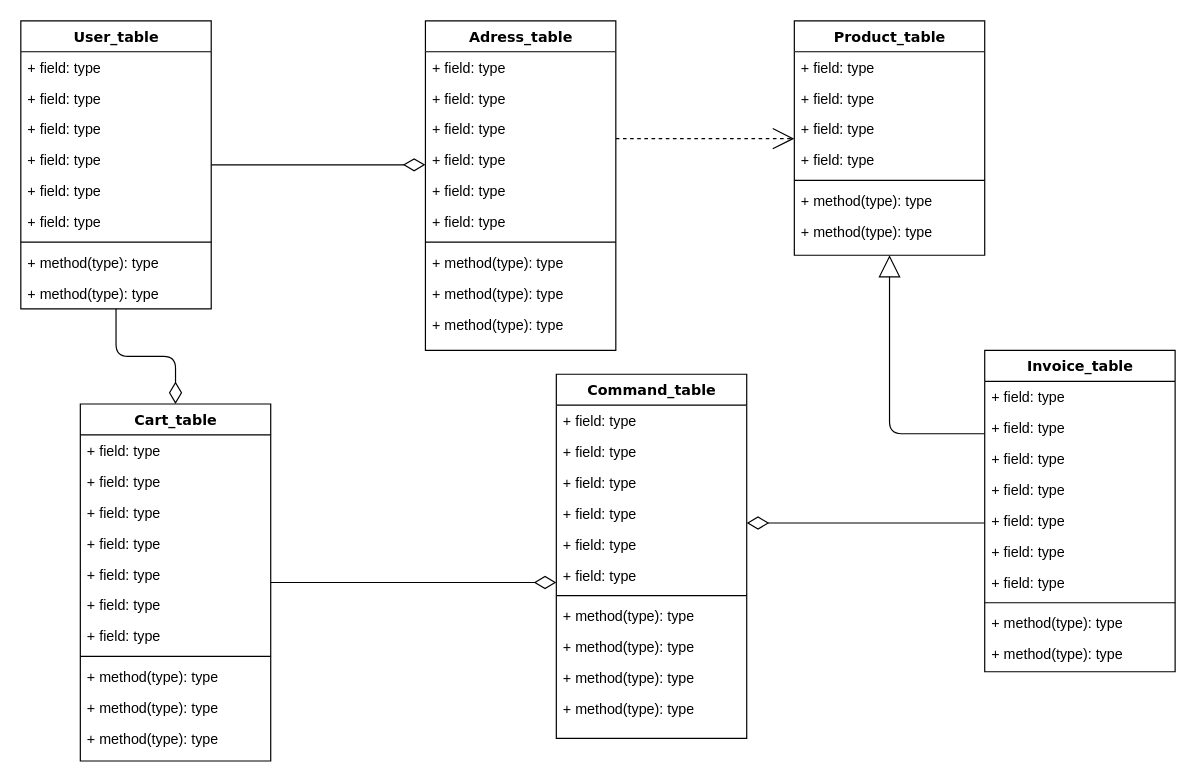
The draw.io diagram E-commerce.drawio in net2315/e-commerce-SQL, before the edit. Source tidied: cells renumbered, new cells numbered last; positions are measured from the earlier drawing's top-left corner, leaving out a move shared by most shapes. Both pictures are drawn from the tidied source at 119%, with x=0, y=0 at pixel (20, 20).
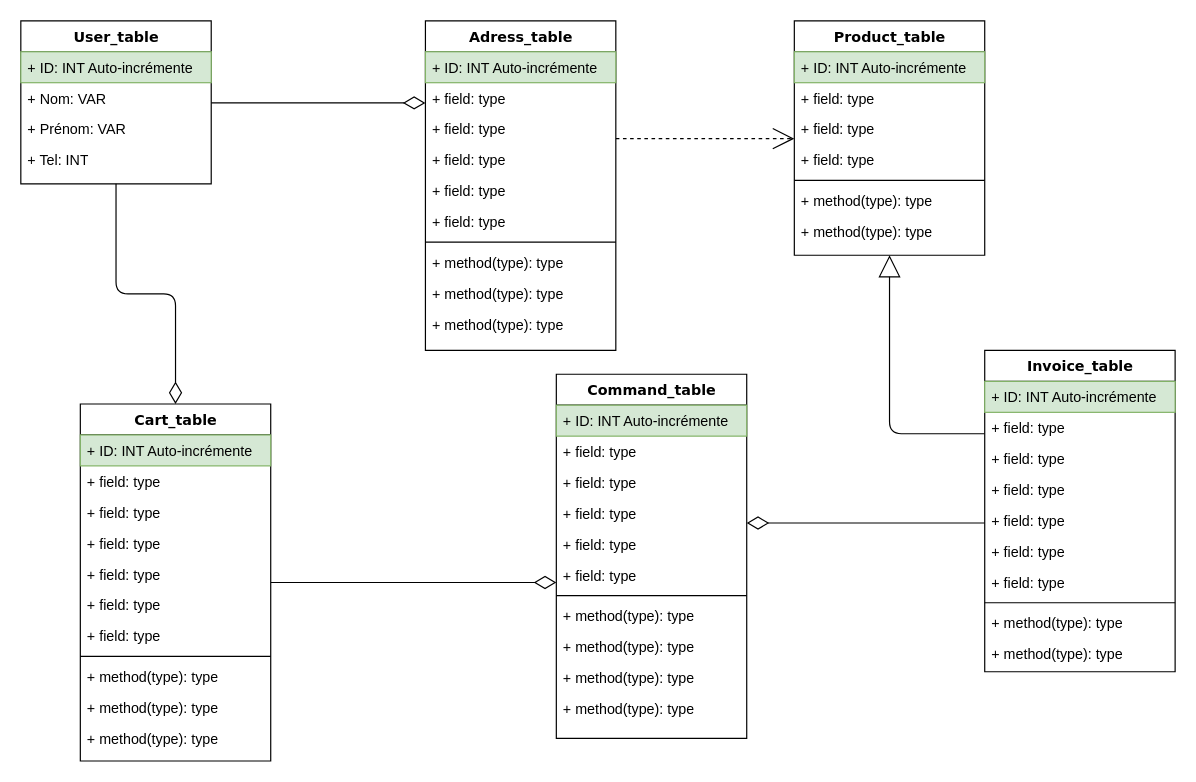
Above is the later version.

Commit message:
Mettre à jour USER

Unchanged cells that the change refers to:
```xml
<mxCell id="14" value="Adress_table" style="swimlane;html=1;fontStyle=1;align=center;verticalAlign=top;horizontal=1;startSize=26;swimlaneFillColor=#ffffff;rounded=0;shadow=0;comic=0;labelBackgroundColor=none;strokeWidth=1;fillColor=none;fontFamily=Verdana;fontSize=12;" parent="1" vertex="1">
  <mxGeometry x="340" width="160" height="277" as="geometry" />
</mxCell>
<mxCell id="25" value="Product_table" style="swimlane;html=1;fontStyle=1;align=center;verticalAlign=top;horizontal=1;startSize=26;swimlaneFillColor=#ffffff;rounded=0;shadow=0;comic=0;labelBackgroundColor=none;strokeWidth=1;fillColor=none;fontFamily=Verdana;fontSize=12;" parent="1" vertex="1">
  <mxGeometry x="650" width="160" height="197" as="geometry" />
</mxCell>
<mxCell id="34" value="Command_table" style="swimlane;html=1;fontStyle=1;align=center;verticalAlign=top;horizontal=1;startSize=26;swimlaneFillColor=#ffffff;rounded=0;shadow=0;comic=0;labelBackgroundColor=none;strokeWidth=1;fillColor=none;fontFamily=Verdana;fontSize=12;" parent="1" vertex="1">
  <mxGeometry x="450" y="297" width="160" height="306" as="geometry" />
</mxCell>
<mxCell id="47" value="Invoice_table" style="swimlane;html=1;fontStyle=1;align=center;verticalAlign=top;horizontal=1;startSize=26;swimlaneFillColor=#ffffff;rounded=0;shadow=0;comic=0;labelBackgroundColor=none;strokeWidth=1;fillColor=none;fontFamily=Verdana;fontSize=12;" parent="1" vertex="1">
  <mxGeometry x="810" y="277" width="160" height="270" as="geometry" />
</mxCell>
<mxCell id="60" value="Cart_table" style="swimlane;html=1;fontStyle=1;align=center;verticalAlign=top;horizontal=1;startSize=26;swimlaneFillColor=#ffffff;rounded=0;shadow=0;comic=0;labelBackgroundColor=none;strokeWidth=1;fillColor=none;fontFamily=Verdana;fontSize=12;" parent="1" vertex="1">
  <mxGeometry x="50" y="322" width="160" height="300" as="geometry" />
</mxCell>
```

The edit, as a diff of the source:
```diff
@@
     <mxCell id="3" value="User_table" style="swimlane;html=1;fontStyle=1;align=center;verticalAlign=top;horizontal=1;startSize=26;swimlaneFillColor=#ffffff;rounded=0;shadow=0;comic=0;labelBackgroundColor=none;strokeWidth=1;fillColor=none;fontFamily=Verdana;fontSize=12;" parent="1" vertex="1">
-      <mxGeometry width="160" height="242" as="geometry" />
+      <mxGeometry width="160" height="137" as="geometry" />
     </mxCell>
-    <mxCell id="4" value="+ field: type" style="text;html=1;strokeColor=none;fillColor=none;align=left;verticalAlign=top;spacingLeft=4;spacingRight=4;whiteSpace=wrap;overflow=hidden;" parent="3" vertex="1">
+    <mxCell id="4" value="+ ID: INT Auto-incrémente&amp;nbsp;" style="text;html=1;strokeColor=#82b366;fillColor=#d5e8d4;align=left;verticalAlign=top;spacingLeft=4;spacingRight=4;whiteSpace=wrap;overflow=hidden;" parent="3" vertex="1">
       <mxGeometry y="26" width="160" height="26" as="geometry" />
     </mxCell>
-    <mxCell id="5" value="+ field: type" style="text;html=1;strokeColor=none;fillColor=none;align=left;verticalAlign=top;spacingLeft=4;spacingRight=4;whiteSpace=wrap;overflow=hidden;" parent="3" vertex="1">
+    <mxCell id="5" value="+ Nom:&amp;nbsp;&lt;span style=&quot;background-color: initial;&quot;&gt;VAR&lt;/span&gt;" style="text;html=1;strokeColor=none;fillColor=none;align=left;verticalAlign=top;spacingLeft=4;spacingRight=4;whiteSpace=wrap;overflow=hidden;" parent="3" vertex="1">
       <mxGeometry y="52" width="160" height="26" as="geometry" />
     </mxCell>
-    <mxCell id="6" value="+ field: type" style="text;html=1;strokeColor=none;fillColor=none;align=left;verticalAlign=top;spacingLeft=4;spacingRight=4;whiteSpace=wrap;overflow=hidden;" parent="3" vertex="1">
+    <mxCell id="6" value="+ Prénom: VAR" style="text;html=1;strokeColor=none;fillColor=none;align=left;verticalAlign=top;spacingLeft=4;spacingRight=4;whiteSpace=wrap;overflow=hidden;" parent="3" vertex="1">
       <mxGeometry y="78" width="160" height="26" as="geometry" />
     </mxCell>
-    <mxCell id="7" value="+ field: type" style="text;html=1;strokeColor=none;fillColor=none;align=left;verticalAlign=top;spacingLeft=4;spacingRight=4;whiteSpace=wrap;overflow=hidden;" parent="3" vertex="1">
+    <mxCell id="7" value="+ Tel: INT" style="text;html=1;strokeColor=none;fillColor=none;align=left;verticalAlign=top;spacingLeft=4;spacingRight=4;whiteSpace=wrap;overflow=hidden;" parent="3" vertex="1">
       <mxGeometry y="104" width="160" height="26" as="geometry" />
     </mxCell>
-    <mxCell id="8" value="+ field: type" style="text;html=1;strokeColor=none;fillColor=none;align=left;verticalAlign=top;spacingLeft=4;spacingRight=4;whiteSpace=wrap;overflow=hidden;" parent="3" vertex="1">
-      <mxGeometry y="130" width="160" height="26" as="geometry" />
-    </mxCell>
-    <mxCell id="9" value="+ field: type" style="text;html=1;strokeColor=none;fillColor=none;align=left;verticalAlign=top;spacingLeft=4;spacingRight=4;whiteSpace=wrap;overflow=hidden;" parent="3" vertex="1">
-      <mxGeometry y="156" width="160" height="26" as="geometry" />
-    </mxCell>
-    <mxCell id="10" style="line;html=1;strokeWidth=1;fillColor=none;align=left;verticalAlign=middle;spacingTop=-1;spacingLeft=3;spacingRight=3;labelPosition=right;" parent="3" vertex="1">
-      <mxGeometry y="182" width="160" height="8" as="geometry" />
-    </mxCell>
-    <mxCell id="11" value="+ method(type): type" style="text;html=1;strokeColor=none;fillColor=none;align=left;verticalAlign=top;spacingLeft=4;spacingRight=4;whiteSpace=wrap;overflow=hidden;" parent="3" vertex="1">
-      <mxGeometry y="190" width="160" height="26" as="geometry" />
-    </mxCell>
-    <mxCell id="12" value="+ method(type): type" style="text;html=1;strokeColor=none;fillColor=none;align=left;verticalAlign=top;spacingLeft=4;spacingRight=4;whiteSpace=wrap;overflow=hidden;" parent="3" vertex="1">
-      <mxGeometry y="216" width="160" height="26" as="geometry" />
-    </mxCell>
@@
-    <mxCell id="15" value="+ field: type" style="text;html=1;strokeColor=none;fillColor=none;align=left;verticalAlign=top;spacingLeft=4;spacingRight=4;whiteSpace=wrap;overflow=hidden;" parent="14" vertex="1">
+    <mxCell id="15" value="+ ID: INT Auto-incrémente" style="text;html=1;strokeColor=#82b366;fillColor=#d5e8d4;align=left;verticalAlign=top;spacingLeft=4;spacingRight=4;whiteSpace=wrap;overflow=hidden;" parent="14" vertex="1">
       <mxGeometry y="26" width="160" height="26" as="geometry" />
     </mxCell>
@@
-    <mxCell id="26" value="+ field: type" style="text;html=1;strokeColor=none;fillColor=none;align=left;verticalAlign=top;spacingLeft=4;spacingRight=4;whiteSpace=wrap;overflow=hidden;" parent="25" vertex="1">
+    <mxCell id="26" value="+ ID: INT Auto-incrémente" style="text;html=1;strokeColor=#82b366;fillColor=#d5e8d4;align=left;verticalAlign=top;spacingLeft=4;spacingRight=4;whiteSpace=wrap;overflow=hidden;" parent="25" vertex="1">
       <mxGeometry y="26" width="160" height="26" as="geometry" />
     </mxCell>
@@
-    <mxCell id="35" value="+ field: type" style="text;html=1;strokeColor=none;fillColor=none;align=left;verticalAlign=top;spacingLeft=4;spacingRight=4;whiteSpace=wrap;overflow=hidden;" parent="34" vertex="1">
+    <mxCell id="35" value="+ ID: INT Auto-incrémente" style="text;html=1;strokeColor=#82b366;fillColor=#d5e8d4;align=left;verticalAlign=top;spacingLeft=4;spacingRight=4;whiteSpace=wrap;overflow=hidden;" parent="34" vertex="1">
       <mxGeometry y="26" width="160" height="26" as="geometry" />
     </mxCell>
@@
-    <mxCell id="48" value="+ field: type" style="text;html=1;strokeColor=none;fillColor=none;align=left;verticalAlign=top;spacingLeft=4;spacingRight=4;whiteSpace=wrap;overflow=hidden;" parent="47" vertex="1">
+    <mxCell id="48" value="+ ID: INT Auto-incrémente" style="text;html=1;strokeColor=#82b366;fillColor=#d5e8d4;align=left;verticalAlign=top;spacingLeft=4;spacingRight=4;whiteSpace=wrap;overflow=hidden;" parent="47" vertex="1">
       <mxGeometry y="26" width="160" height="26" as="geometry" />
     </mxCell>
@@
-    <mxCell id="61" value="+ field: type" style="text;html=1;strokeColor=none;fillColor=none;align=left;verticalAlign=top;spacingLeft=4;spacingRight=4;whiteSpace=wrap;overflow=hidden;" parent="60" vertex="1">
+    <mxCell id="61" value="+ ID: INT Auto-incrémente" style="text;html=1;strokeColor=#82b366;fillColor=#d5e8d4;align=left;verticalAlign=top;spacingLeft=4;spacingRight=4;whiteSpace=wrap;overflow=hidden;" parent="60" vertex="1">
       <mxGeometry y="26" width="160" height="26" as="geometry" />
     </mxCell>
```
